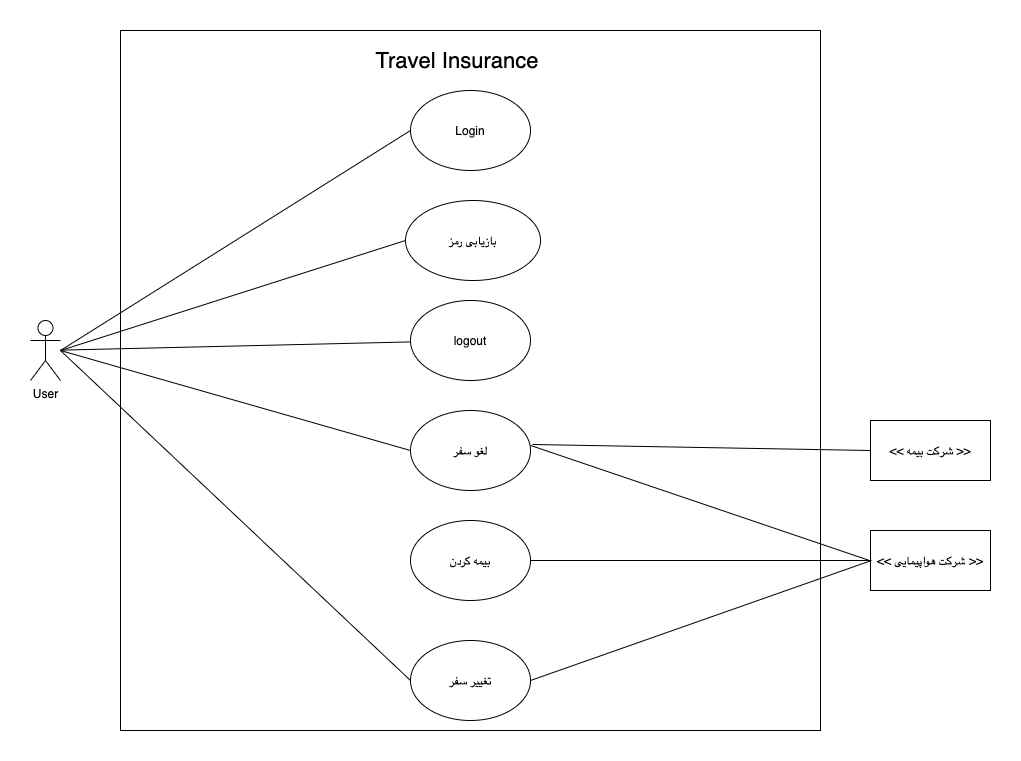
Above: Use-Case-Diagram.png in travel-insurance-worker/SE1-Project-material (draw.io), before the change. Source tidied: cells renumbered, new cells last; positions are measured from the earlier drawing's top-left corner, leaving out a move shared by most shapes.
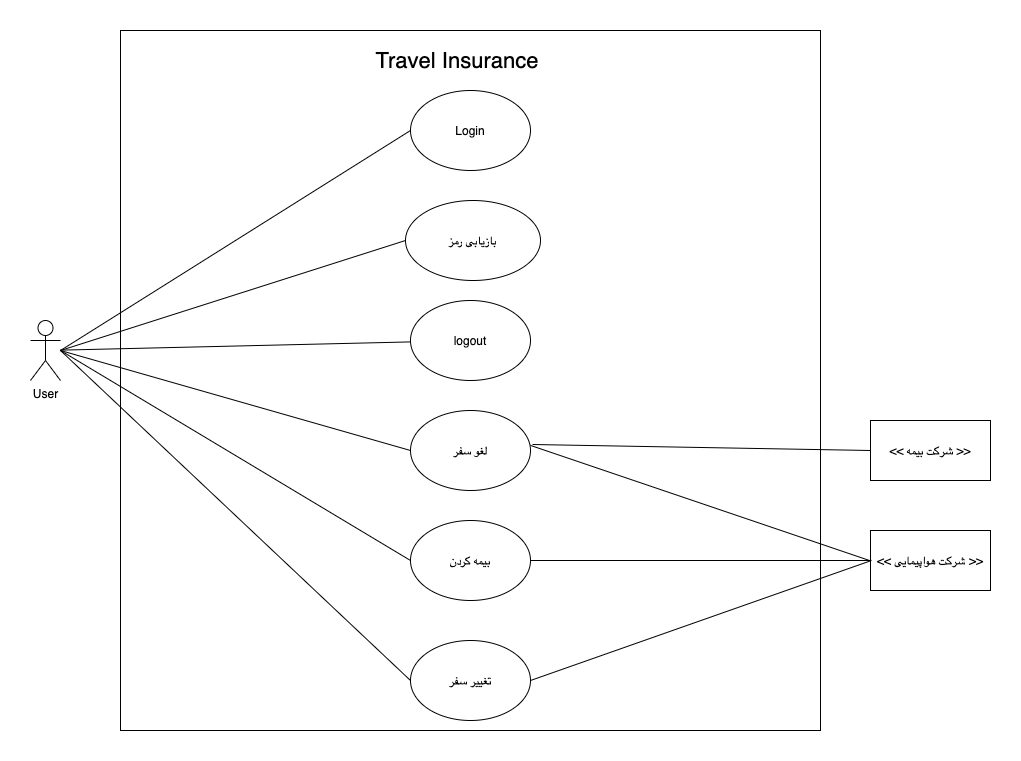
After the change.

What changed in the source:
```diff
@@ -76,5 +76,10 @@
     <mxCell id="21" style="endArrow=none;html=1;exitX=1.017;exitY=0.425;exitDx=0;exitDy=0;exitPerimeter=0;entryX=0;entryY=0.5;entryDx=0;entryDy=0;" parent="1" edge="1" source="6" target="10">
       <mxGeometry relative="1" as="geometry" />
     </mxCell>
+    <mxCell id="22" style="endArrow=none;html=1;entryX=0;entryY=0.5;entryDx=0;entryDy=0;" parent="1" edge="1" target="7">
+      <mxGeometry relative="1" as="geometry">
+        <mxPoint x="30" y="320" as="sourcePoint" />
+      </mxGeometry>
+    </mxCell>
   </root>
 </mxGraphModel>
```
